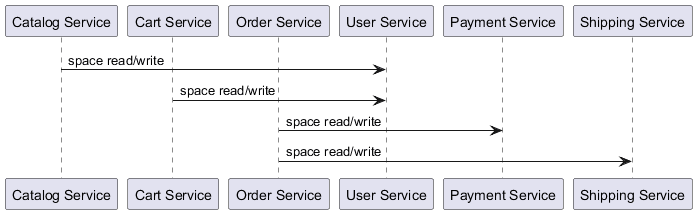
Above: docs/generated/diagrams/sequence_diagram.png in alessiagatto/documenter-agent (PlantUML), before the change.
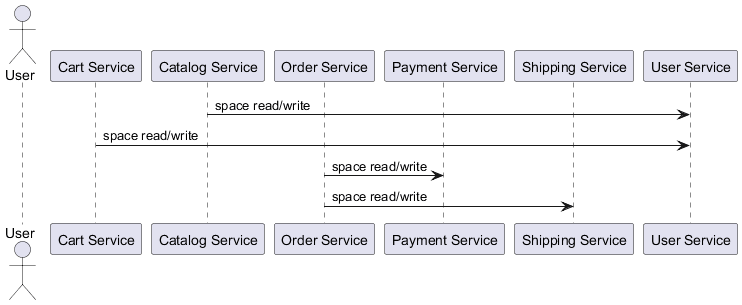
Later version of the same file.

Commit message:
Implementato ciclo di miglioramento automatico dei diagrammi UML tramite analisi Vision LLM e rigenerazione guidata da feedback

Diff of the diagram source:
```diff
@@ -1,10 +1,11 @@
 @startuml
+actor "User" as User
+participant "Cart Service" as CartService
 participant "Catalog Service" as CatalogService
-participant "Cart Service" as CartService
 participant "Order Service" as OrderService
-participant "User Service" as UserService
 participant "Payment Service" as PaymentService
 participant "Shipping Service" as ShippingService
+participant "User Service" as UserService
 
 CatalogService -> UserService : space read/write
 CartService -> UserService : space read/write
```
